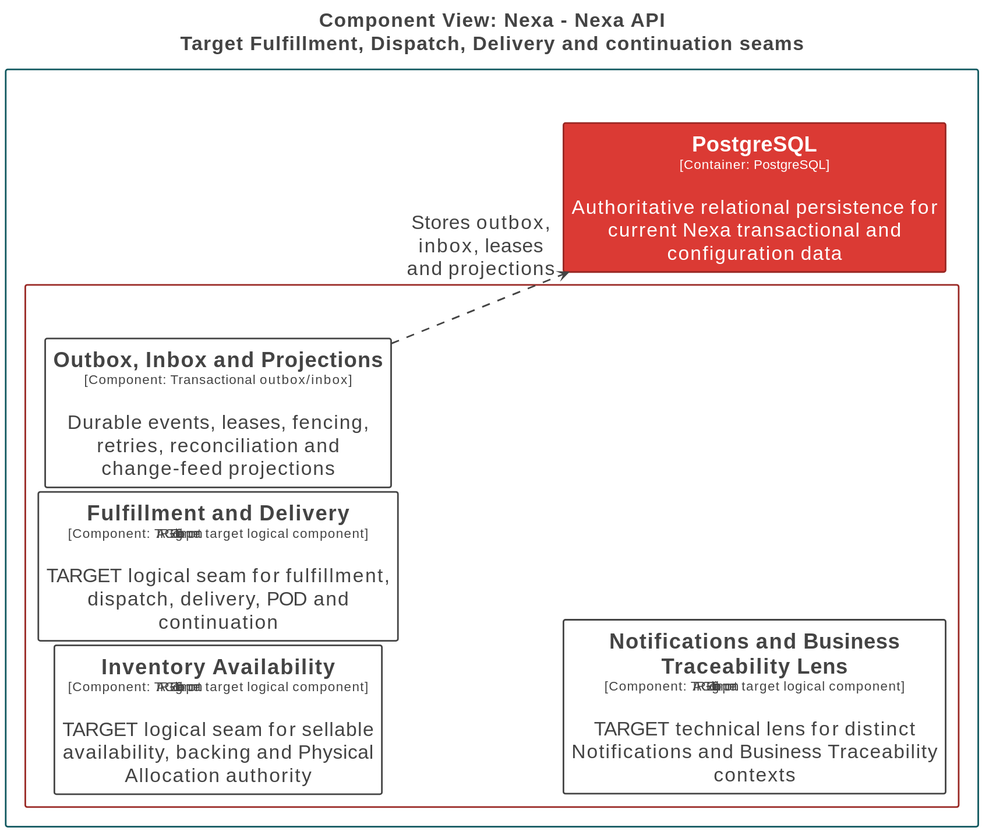
Before: report/assets/chapter-2/c4/Nexa-API-FulfillmentDelivery-TARGET.svg, a diagram exported from PlantUML (nexa-suite/mobile-report). The source it was exported from:
```plantuml
@startuml
title <size:24>Component View: Nexa - Nexa API</size>\n<size:24>Target Fulfillment, Dispatch, Delivery and continuation seams</size>

set separator none
left to right direction
skinparam ranksep 20
skinparam nodesep 5
hide stereotype

<style>
  root {
    BackgroundColor: #ffffff;
    FontColor: #444444;
  }
  // Element
  .Element-RWxlbWVudA== {
    BackgroundColor: #ffffff;
    LineColor: #444444;
    LineStyle: 0;
    LineThickness: 2;
    FontColor: #444444;
    FontSize: 24;
    HorizontalAlignment: center;
    Shadowing: 0;
    MaximumWidth: 450;
  }
  // Element,Container
  .Element-RWxlbWVudCxDb250YWluZXI= {
    BackgroundColor: #db3a34;
    LineColor: #992824;
    LineStyle: 0;
    LineThickness: 2;
    FontColor: #ffffff;
    FontSize: 24;
    HorizontalAlignment: center;
    Shadowing: 0;
    MaximumWidth: 450;
  }
  // Relationship
  .Relationship-UmVsYXRpb25zaGlw {
    LineThickness: 2;
    LineStyle: 10-10;
    LineColor: #444444;
    FontColor: #444444;
    FontSize: 24;
    MaximumWidth: 200;
  }
  // Nexa
  .Boundary-TmV4YQ== {
    BackgroundColor: #ffffff;
    LineColor: #10585f;
    LineStyle: 0;
    LineThickness: 2;
    FontColor: #ffffff;
    FontSize: 24;
    HorizontalAlignment: center;
    Shadowing: 0;
  }
  // Nexa API
  .Boundary-TmV4YSBBUEk= {
    BackgroundColor: #ffffff;
    LineColor: #992824;
    LineStyle: 0;
    LineThickness: 2;
    FontColor: #ffffff;
    FontSize: 24;
    HorizontalAlignment: center;
    Shadowing: 0;
  }
</style>

rectangle "Nexa\n<size:16>[Software System]</size>" <<Boundary-TmV4YQ==>> {
  rectangle "Nexa API\n<size:16>[Container: Java 25 / Spring Boot 4.1 / Spring Modulith modular monolith]</size>" <<Boundary-TmV4YSBBUEk=>> {
    rectangle "==Outbox, Inbox and Projections\n<size:16>[Component: Transactional outbox/inbox]</size>\n\nDurable events, leases, fencing, retries, reconciliation and change-feed projections" <<Element-RWxlbWVudA==>> as Nexa.NexaAPI.OutboxInboxandProjections
    rectangle "==Inventory Availability\n<size:16>[Component: PRE-V1 target logical component]</size>\n\nTARGET logical seam for sellable availability, backing and Physical Allocation authority" <<Element-RWxlbWVudA==>> as Nexa.NexaAPI.InventoryAvailability
    rectangle "==Fulfillment and Delivery\n<size:16>[Component: PRE-V1 target logical component]</size>\n\nTARGET logical seam for fulfillment, dispatch, delivery, POD and continuation" <<Element-RWxlbWVudA==>> as Nexa.NexaAPI.FulfillmentandDelivery
    rectangle "==Notifications and Business Traceability Lens\n<size:16>[Component: PRE-V1 target logical component]</size>\n\nTARGET technical lens for distinct Notifications and Business Traceability contexts" <<Element-RWxlbWVudA==>> as Nexa.NexaAPI.NotificationsandBusinessTraceabilityLens
  }

  rectangle "==PostgreSQL\n<size:16>[Container: PostgreSQL]</size>\n\nAuthoritative relational persistence for current Nexa transactional and configuration data" <<Element-RWxlbWVudCxDb250YWluZXI=>> as Nexa.PostgreSQL
}

Nexa.NexaAPI.OutboxInboxandProjections --> Nexa.PostgreSQL <<Relationship-UmVsYXRpb25zaGlw>> : "Stores outbox, inbox, leases and projections"
@enduml
```
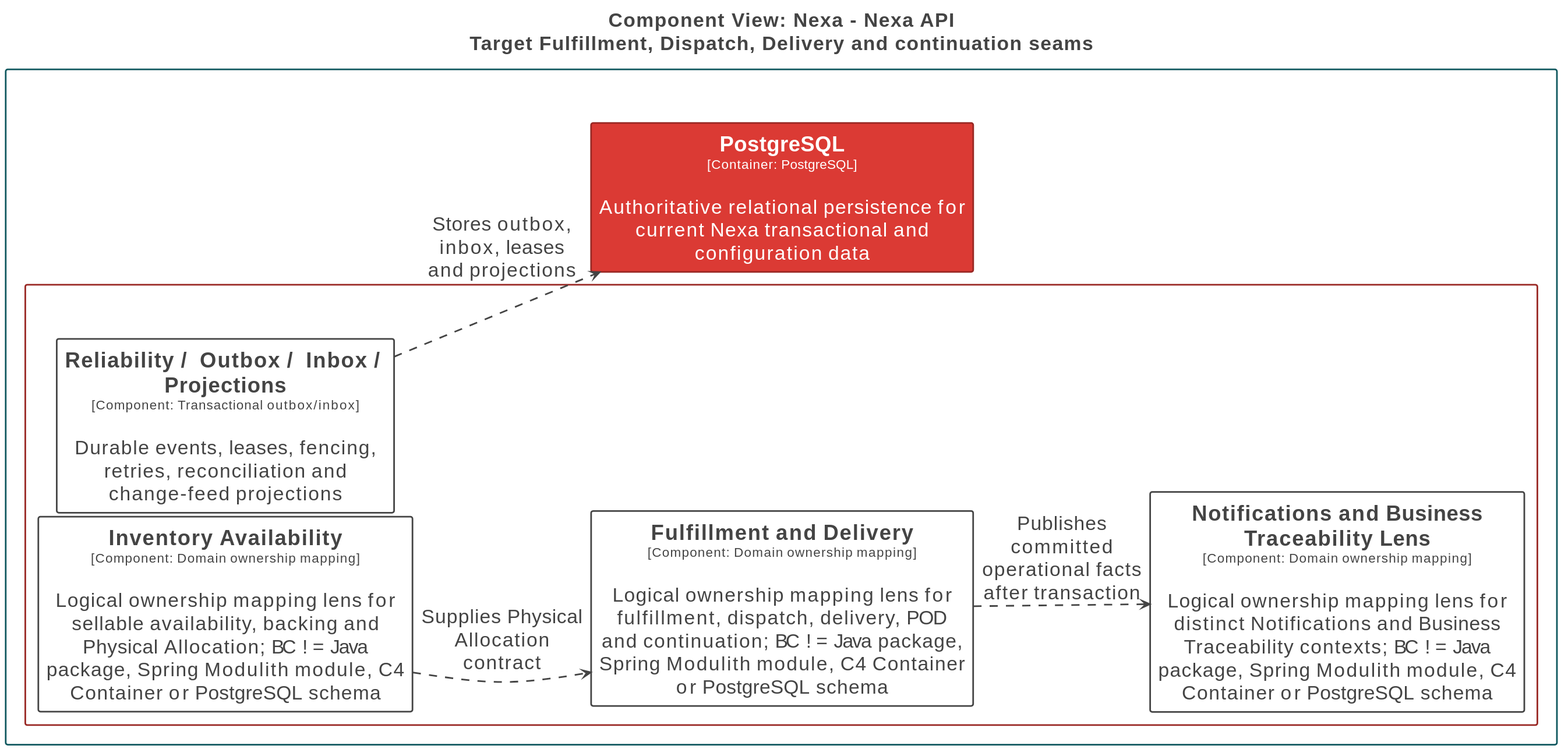
Later version of the same file.

Change to the diagram source:
```diff
@@ -70,15 +70,17 @@
 </style>
 
 rectangle "Nexa\n<size:16>[Software System]</size>" <<Boundary-TmV4YQ==>> {
-  rectangle "Nexa API\n<size:16>[Container: Java 25 / Spring Boot 4.1 / Spring Modulith modular monolith]</size>" <<Boundary-TmV4YSBBUEk=>> {
-    rectangle "==Outbox, Inbox and Projections\n<size:16>[Component: Transactional outbox/inbox]</size>\n\nDurable events, leases, fencing, retries, reconciliation and change-feed projections" <<Element-RWxlbWVudA==>> as Nexa.NexaAPI.OutboxInboxandProjections
-    rectangle "==Inventory Availability\n<size:16>[Component: PRE-V1 target logical component]</size>\n\nTARGET logical seam for sellable availability, backing and Physical Allocation authority" <<Element-RWxlbWVudA==>> as Nexa.NexaAPI.InventoryAvailability
-    rectangle "==Fulfillment and Delivery\n<size:16>[Component: PRE-V1 target logical component]</size>\n\nTARGET logical seam for fulfillment, dispatch, delivery, POD and continuation" <<Element-RWxlbWVudA==>> as Nexa.NexaAPI.FulfillmentandDelivery
-    rectangle "==Notifications and Business Traceability Lens\n<size:16>[Component: PRE-V1 target logical component]</size>\n\nTARGET technical lens for distinct Notifications and Business Traceability contexts" <<Element-RWxlbWVudA==>> as Nexa.NexaAPI.NotificationsandBusinessTraceabilityLens
+  rectangle "Nexa API\n<size:16>[Container: Java 25 / Spring Boot 4.1 / Spring Modulith]</size>" <<Boundary-TmV4YSBBUEk=>> {
+    rectangle "==Reliability / Outbox / Inbox / Projections\n<size:16>[Component: Transactional outbox/inbox]</size>\n\nDurable events, leases, fencing, retries, reconciliation and change-feed projections" <<Element-RWxlbWVudA==>> as Nexa.NexaAPI.ReliabilityOutboxInboxProjections
+    rectangle "==Inventory Availability\n<size:16>[Component: Domain ownership mapping]</size>\n\nLogical ownership mapping lens for sellable availability, backing and Physical Allocation; BC != Java package, Spring Modulith module, C4 Container or PostgreSQL schema" <<Element-RWxlbWVudA==>> as Nexa.NexaAPI.InventoryAvailability
+    rectangle "==Fulfillment and Delivery\n<size:16>[Component: Domain ownership mapping]</size>\n\nLogical ownership mapping lens for fulfillment, dispatch, delivery, POD and continuation; BC != Java package, Spring Modulith module, C4 Container or PostgreSQL schema" <<Element-RWxlbWVudA==>> as Nexa.NexaAPI.FulfillmentandDelivery
+    rectangle "==Notifications and Business Traceability Lens\n<size:16>[Component: Domain ownership mapping]</size>\n\nLogical ownership mapping lens for distinct Notifications and Business Traceability contexts; BC != Java package, Spring Modulith module, C4 Container or PostgreSQL schema" <<Element-RWxlbWVudA==>> as Nexa.NexaAPI.NotificationsandBusinessTraceabilityLens
   }
 
   rectangle "==PostgreSQL\n<size:16>[Container: PostgreSQL]</size>\n\nAuthoritative relational persistence for current Nexa transactional and configuration data" <<Element-RWxlbWVudCxDb250YWluZXI=>> as Nexa.PostgreSQL
 }
 
-Nexa.NexaAPI.OutboxInboxandProjections --> Nexa.PostgreSQL <<Relationship-UmVsYXRpb25zaGlw>> : "Stores outbox, inbox, leases and projections"
+Nexa.NexaAPI.ReliabilityOutboxInboxProjections --> Nexa.PostgreSQL <<Relationship-UmVsYXRpb25zaGlw>> : "Stores outbox, inbox, leases and projections"
+Nexa.NexaAPI.InventoryAvailability --> Nexa.NexaAPI.FulfillmentandDelivery <<Relationship-UmVsYXRpb25zaGlw>> : "Supplies Physical Allocation contract"
+Nexa.NexaAPI.FulfillmentandDelivery --> Nexa.NexaAPI.NotificationsandBusinessTraceabilityLens <<Relationship-UmVsYXRpb25zaGlw>> : "Publishes committed operational facts after transaction"
 @enduml
```
